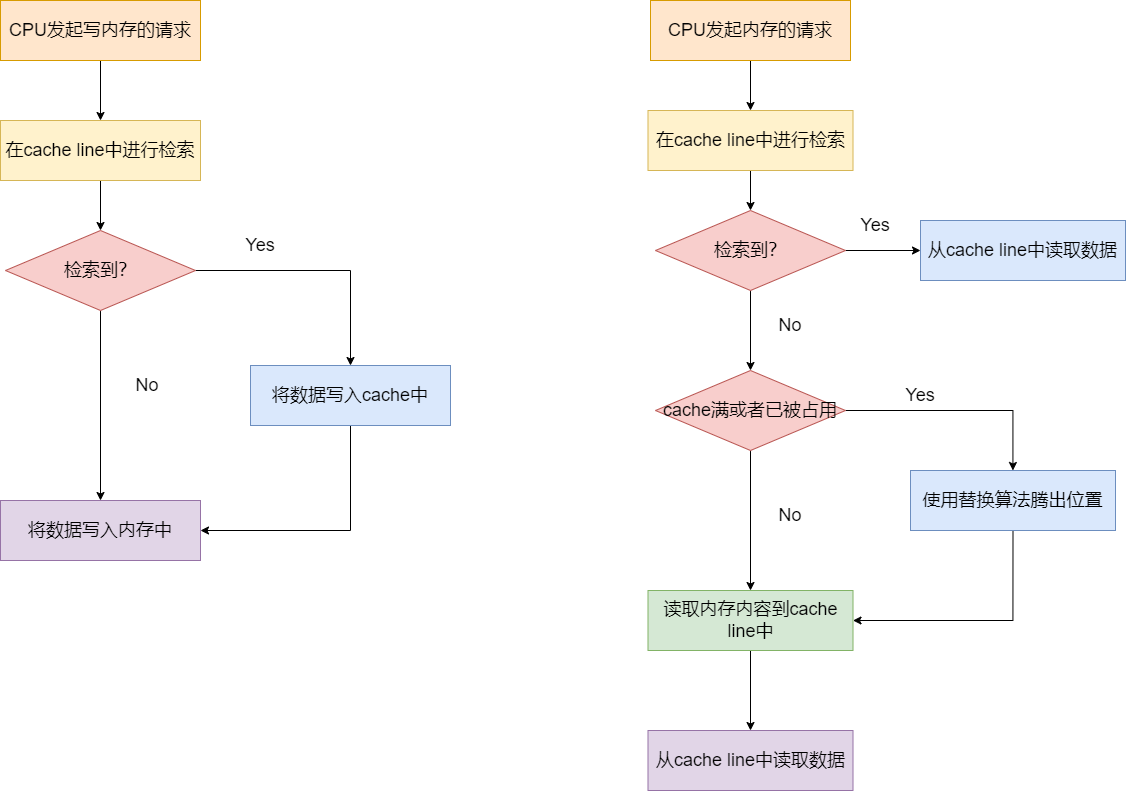
Above: blog/Linux/application-dev/CPU-cache-mesi/single_cpu_write_through.png in zgjsxx/static-img-repo (draw.io), before the change. Source tidied: cells renumbered, new cells last; positions are measured from the earlier drawing's top-left corner, leaving out a move shared by most shapes. The source it was exported from:
```xml
<mxGraphModel>
  <root>
    <mxCell id="0" />
    <mxCell id="1" parent="0" />
    <mxCell id="2" style="edgeStyle=orthogonalEdgeStyle;rounded=0;jettySize=auto;html=1;exitX=0.5;exitY=1;exitDx=0;exitDy=0;entryX=0.5;entryY=0;entryDx=0;entryDy=0;fontSize=18;" parent="1" edge="1" source="3" target="5">
      <mxGeometry relative="1" as="geometry" />
    </mxCell>
    <mxCell id="3" value="&lt;font style=&quot;font-size: 18px;&quot;&gt;CPU发起内存的请求&lt;/font&gt;" style="rounded=0;whiteSpace=wrap;html=1;fillColor=#ffe6cc;strokeColor=#d79b00;" parent="1" vertex="1">
      <mxGeometry x="650" width="200" height="60" as="geometry" />
    </mxCell>
    <mxCell id="4" style="edgeStyle=orthogonalEdgeStyle;rounded=0;jettySize=auto;html=1;exitX=0.5;exitY=1;exitDx=0;exitDy=0;entryX=0.5;entryY=0;entryDx=0;entryDy=0;fontSize=18;" parent="1" edge="1" source="5" target="8">
      <mxGeometry relative="1" as="geometry" />
    </mxCell>
    <mxCell id="5" value="&lt;span style=&quot;font-size: 18px;&quot;&gt;在cache line中进行检索&lt;/span&gt;" style="rounded=0;whiteSpace=wrap;html=1;fillColor=#fff2cc;strokeColor=#d6b656;" parent="1" vertex="1">
      <mxGeometry x="647.5" y="110" width="205" height="60" as="geometry" />
    </mxCell>
    <mxCell id="6" style="edgeStyle=orthogonalEdgeStyle;rounded=0;jettySize=auto;html=1;exitX=1;exitY=0.5;exitDx=0;exitDy=0;entryX=0;entryY=0.5;entryDx=0;entryDy=0;fontSize=18;" parent="1" edge="1" source="8" target="9">
      <mxGeometry relative="1" as="geometry" />
    </mxCell>
    <mxCell id="7" style="edgeStyle=orthogonalEdgeStyle;rounded=0;jettySize=auto;html=1;exitX=0.5;exitY=1;exitDx=0;exitDy=0;fontSize=18;entryX=0.5;entryY=0;entryDx=0;entryDy=0;" parent="1" edge="1" source="8" target="12">
      <mxGeometry relative="1" as="geometry" />
    </mxCell>
    <mxCell id="8" value="检索到？" style="rhombus;whiteSpace=wrap;html=1;fontSize=18;fillColor=#f8cecc;strokeColor=#b85450;" parent="1" vertex="1">
      <mxGeometry x="655" y="210" width="190" height="80" as="geometry" />
    </mxCell>
    <mxCell id="9" value="&lt;span style=&quot;font-size: 18px;&quot;&gt;从cache line中读取数据&lt;/span&gt;" style="rounded=0;whiteSpace=wrap;html=1;fillColor=#dae8fc;strokeColor=#6c8ebf;" parent="1" vertex="1">
      <mxGeometry x="920" y="220" width="205" height="60" as="geometry" />
    </mxCell>
    <mxCell id="10" style="edgeStyle=orthogonalEdgeStyle;rounded=0;jettySize=auto;html=1;exitX=0.5;exitY=1;exitDx=0;exitDy=0;entryX=0.5;entryY=0;entryDx=0;entryDy=0;fontSize=18;" parent="1" edge="1" source="12" target="14">
      <mxGeometry relative="1" as="geometry" />
    </mxCell>
    <mxCell id="11" style="edgeStyle=orthogonalEdgeStyle;rounded=0;jettySize=auto;html=1;exitX=1;exitY=0.5;exitDx=0;exitDy=0;fontSize=18;" parent="1" edge="1" source="12" target="16">
      <mxGeometry relative="1" as="geometry" />
    </mxCell>
    <mxCell id="12" value="cache满或者已被占用" style="rhombus;whiteSpace=wrap;html=1;fontSize=18;fillColor=#f8cecc;strokeColor=#b85450;" parent="1" vertex="1">
      <mxGeometry x="655" y="370" width="190" height="80" as="geometry" />
    </mxCell>
    <mxCell id="13" style="edgeStyle=orthogonalEdgeStyle;rounded=0;jettySize=auto;html=1;exitX=0.5;exitY=1;exitDx=0;exitDy=0;entryX=0.5;entryY=0;entryDx=0;entryDy=0;fontSize=18;" parent="1" edge="1" source="14" target="17">
      <mxGeometry relative="1" as="geometry" />
    </mxCell>
    <mxCell id="14" value="&lt;span style=&quot;font-size: 18px;&quot;&gt;读取内存内容到cache line中&lt;/span&gt;" style="rounded=0;whiteSpace=wrap;html=1;fillColor=#d5e8d4;strokeColor=#82b366;" parent="1" vertex="1">
      <mxGeometry x="647.5" y="590" width="205" height="60" as="geometry" />
    </mxCell>
    <mxCell id="15" style="edgeStyle=orthogonalEdgeStyle;rounded=0;jettySize=auto;html=1;exitX=0.5;exitY=1;exitDx=0;exitDy=0;entryX=1;entryY=0.5;entryDx=0;entryDy=0;fontSize=18;" parent="1" edge="1" source="16" target="14">
      <mxGeometry relative="1" as="geometry" />
    </mxCell>
    <mxCell id="16" value="&lt;span style=&quot;font-size: 18px;&quot;&gt;使用替换算法腾出位置&lt;/span&gt;" style="rounded=0;whiteSpace=wrap;html=1;fillColor=#dae8fc;strokeColor=#6c8ebf;" parent="1" vertex="1">
      <mxGeometry x="910" y="470" width="205" height="60" as="geometry" />
    </mxCell>
    <mxCell id="17" value="&lt;span style=&quot;font-size: 18px;&quot;&gt;从cache line中读取数据&lt;/span&gt;" style="rounded=0;whiteSpace=wrap;html=1;fillColor=#e1d5e7;strokeColor=#9673a6;" parent="1" vertex="1">
      <mxGeometry x="647.5" y="730" width="205" height="60" as="geometry" />
    </mxCell>
    <mxCell id="18" value="Yes" style="text;strokeColor=none;align=center;fillColor=none;html=1;verticalAlign=middle;whiteSpace=wrap;rounded=0;fontSize=18;" parent="1" vertex="1">
      <mxGeometry x="845" y="210" width="60" height="30" as="geometry" />
    </mxCell>
    <mxCell id="19" value="No" style="text;strokeColor=none;align=center;fillColor=none;html=1;verticalAlign=middle;whiteSpace=wrap;rounded=0;fontSize=18;" parent="1" vertex="1">
      <mxGeometry x="760" y="310" width="60" height="30" as="geometry" />
    </mxCell>
    <mxCell id="20" value="Yes" style="text;strokeColor=none;align=center;fillColor=none;html=1;verticalAlign=middle;whiteSpace=wrap;rounded=0;fontSize=18;" parent="1" vertex="1">
      <mxGeometry x="890" y="380" width="60" height="30" as="geometry" />
    </mxCell>
    <mxCell id="21" value="No" style="text;strokeColor=none;align=center;fillColor=none;html=1;verticalAlign=middle;whiteSpace=wrap;rounded=0;fontSize=18;" parent="1" vertex="1">
      <mxGeometry x="760" y="500" width="60" height="30" as="geometry" />
    </mxCell>
    <mxCell id="22" style="edgeStyle=orthogonalEdgeStyle;rounded=0;jettySize=auto;html=1;exitX=0.5;exitY=1;exitDx=0;exitDy=0;entryX=0.5;entryY=0;entryDx=0;entryDy=0;" parent="1" edge="1" source="23" target="25">
      <mxGeometry relative="1" as="geometry" />
    </mxCell>
    <mxCell id="23" value="&lt;font style=&quot;font-size: 18px;&quot;&gt;CPU发起写内存的请求&lt;/font&gt;" style="rounded=0;whiteSpace=wrap;html=1;fillColor=#ffe6cc;strokeColor=#d79b00;" parent="1" vertex="1">
      <mxGeometry width="200" height="60" as="geometry" />
    </mxCell>
    <mxCell id="24" style="edgeStyle=orthogonalEdgeStyle;rounded=0;jettySize=auto;html=1;exitX=0.5;exitY=1;exitDx=0;exitDy=0;entryX=0.5;entryY=0;entryDx=0;entryDy=0;" parent="1" edge="1" source="25" target="28">
      <mxGeometry relative="1" as="geometry" />
    </mxCell>
    <mxCell id="25" value="&lt;span style=&quot;font-size: 18px;&quot;&gt;在cache line中进行检索&lt;/span&gt;" style="rounded=0;whiteSpace=wrap;html=1;fillColor=#fff2cc;strokeColor=#d6b656;" parent="1" vertex="1">
      <mxGeometry y="120" width="200" height="60" as="geometry" />
    </mxCell>
    <mxCell id="26" style="edgeStyle=orthogonalEdgeStyle;rounded=0;jettySize=auto;html=1;exitX=0.5;exitY=1;exitDx=0;exitDy=0;" parent="1" edge="1" source="28" target="29">
      <mxGeometry relative="1" as="geometry" />
    </mxCell>
    <mxCell id="27" style="edgeStyle=orthogonalEdgeStyle;rounded=0;jettySize=auto;html=1;exitX=1;exitY=0.5;exitDx=0;exitDy=0;entryX=0.5;entryY=0;entryDx=0;entryDy=0;" parent="1" edge="1" source="28" target="31">
      <mxGeometry relative="1" as="geometry" />
    </mxCell>
    <mxCell id="28" value="检索到？" style="rhombus;whiteSpace=wrap;html=1;fontSize=18;fillColor=#f8cecc;strokeColor=#b85450;" parent="1" vertex="1">
      <mxGeometry x="5" y="230" width="190" height="80" as="geometry" />
    </mxCell>
    <mxCell id="29" value="&lt;span style=&quot;font-size: 18px;&quot;&gt;将数据写入内存中&lt;/span&gt;" style="rounded=0;whiteSpace=wrap;html=1;fillColor=#e1d5e7;strokeColor=#9673a6;" parent="1" vertex="1">
      <mxGeometry y="500" width="200" height="60" as="geometry" />
    </mxCell>
    <mxCell id="30" style="edgeStyle=orthogonalEdgeStyle;rounded=0;jettySize=auto;html=1;exitX=0.5;exitY=1;exitDx=0;exitDy=0;entryX=1;entryY=0.5;entryDx=0;entryDy=0;" parent="1" edge="1" source="31" target="29">
      <mxGeometry relative="1" as="geometry" />
    </mxCell>
    <mxCell id="31" value="&lt;span style=&quot;font-size: 18px;&quot;&gt;将数据写入cache中&lt;/span&gt;" style="rounded=0;whiteSpace=wrap;html=1;fillColor=#dae8fc;strokeColor=#6c8ebf;" parent="1" vertex="1">
      <mxGeometry x="250" y="365" width="200" height="60" as="geometry" />
    </mxCell>
    <mxCell id="32" value="Yes" style="text;strokeColor=none;align=center;fillColor=none;html=1;verticalAlign=middle;whiteSpace=wrap;rounded=0;fontSize=18;" parent="1" vertex="1">
      <mxGeometry x="230" y="230" width="60" height="30" as="geometry" />
    </mxCell>
    <mxCell id="33" value="No" style="text;strokeColor=none;align=center;fillColor=none;html=1;verticalAlign=middle;whiteSpace=wrap;rounded=0;fontSize=18;" parent="1" vertex="1">
      <mxGeometry x="117" y="370" width="60" height="30" as="geometry" />
    </mxCell>
  </root>
</mxGraphModel>
```
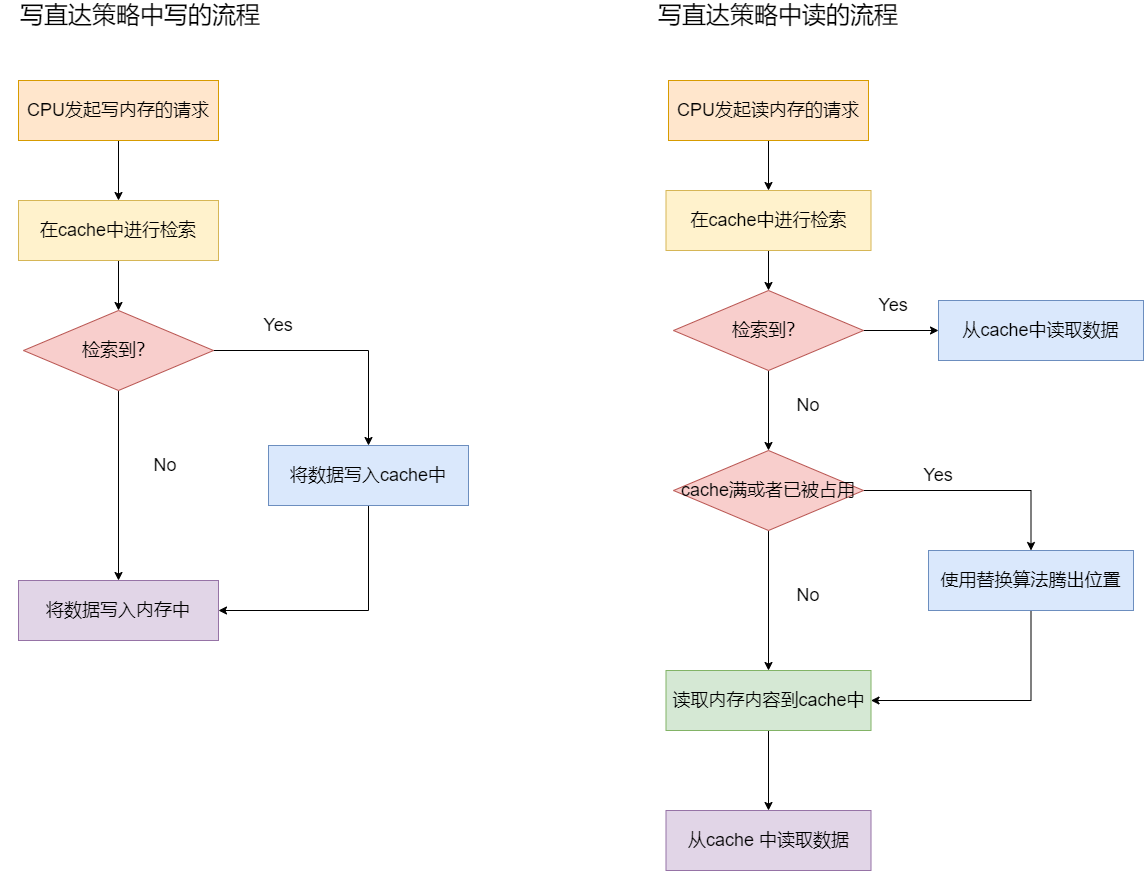
The same diagram one commit later.

What changed in the source:
```diff
@@ -5,13 +5,13 @@
     <mxCell id="2" style="edgeStyle=orthogonalEdgeStyle;rounded=0;jettySize=auto;html=1;exitX=0.5;exitY=1;exitDx=0;exitDy=0;entryX=0.5;entryY=0;entryDx=0;entryDy=0;fontSize=18;" parent="1" edge="1" source="3" target="5">
       <mxGeometry relative="1" as="geometry" />
     </mxCell>
-    <mxCell id="3" value="&lt;font style=&quot;font-size: 18px;&quot;&gt;CPU发起内存的请求&lt;/font&gt;" style="rounded=0;whiteSpace=wrap;html=1;fillColor=#ffe6cc;strokeColor=#d79b00;" parent="1" vertex="1">
+    <mxCell id="3" value="&lt;font style=&quot;font-size: 18px;&quot;&gt;CPU发起读内存的请求&lt;/font&gt;" style="rounded=0;whiteSpace=wrap;html=1;fillColor=#ffe6cc;strokeColor=#d79b00;" parent="1" vertex="1">
       <mxGeometry x="650" width="200" height="60" as="geometry" />
     </mxCell>
     <mxCell id="4" style="edgeStyle=orthogonalEdgeStyle;rounded=0;jettySize=auto;html=1;exitX=0.5;exitY=1;exitDx=0;exitDy=0;entryX=0.5;entryY=0;entryDx=0;entryDy=0;fontSize=18;" parent="1" edge="1" source="5" target="8">
       <mxGeometry relative="1" as="geometry" />
     </mxCell>
-    <mxCell id="5" value="&lt;span style=&quot;font-size: 18px;&quot;&gt;在cache line中进行检索&lt;/span&gt;" style="rounded=0;whiteSpace=wrap;html=1;fillColor=#fff2cc;strokeColor=#d6b656;" parent="1" vertex="1">
+    <mxCell id="5" value="&lt;span style=&quot;font-size: 18px;&quot;&gt;在cache中进行检索&lt;/span&gt;" style="rounded=0;whiteSpace=wrap;html=1;fillColor=#fff2cc;strokeColor=#d6b656;" parent="1" vertex="1">
       <mxGeometry x="647.5" y="110" width="205" height="60" as="geometry" />
     </mxCell>
     <mxCell id="6" style="edgeStyle=orthogonalEdgeStyle;rounded=0;jettySize=auto;html=1;exitX=1;exitY=0.5;exitDx=0;exitDy=0;entryX=0;entryY=0.5;entryDx=0;entryDy=0;fontSize=18;" parent="1" edge="1" source="8" target="9">
@@ -23,7 +23,7 @@
     <mxCell id="8" value="检索到？" style="rhombus;whiteSpace=wrap;html=1;fontSize=18;fillColor=#f8cecc;strokeColor=#b85450;" parent="1" vertex="1">
       <mxGeometry x="655" y="210" width="190" height="80" as="geometry" />
     </mxCell>
-    <mxCell id="9" value="&lt;span style=&quot;font-size: 18px;&quot;&gt;从cache line中读取数据&lt;/span&gt;" style="rounded=0;whiteSpace=wrap;html=1;fillColor=#dae8fc;strokeColor=#6c8ebf;" parent="1" vertex="1">
+    <mxCell id="9" value="&lt;span style=&quot;font-size: 18px;&quot;&gt;从cache中读取数据&lt;/span&gt;" style="rounded=0;whiteSpace=wrap;html=1;fillColor=#dae8fc;strokeColor=#6c8ebf;" parent="1" vertex="1">
       <mxGeometry x="920" y="220" width="205" height="60" as="geometry" />
     </mxCell>
     <mxCell id="10" style="edgeStyle=orthogonalEdgeStyle;rounded=0;jettySize=auto;html=1;exitX=0.5;exitY=1;exitDx=0;exitDy=0;entryX=0.5;entryY=0;entryDx=0;entryDy=0;fontSize=18;" parent="1" edge="1" source="12" target="14">
@@ -38,7 +38,7 @@
     <mxCell id="13" style="edgeStyle=orthogonalEdgeStyle;rounded=0;jettySize=auto;html=1;exitX=0.5;exitY=1;exitDx=0;exitDy=0;entryX=0.5;entryY=0;entryDx=0;entryDy=0;fontSize=18;" parent="1" edge="1" source="14" target="17">
       <mxGeometry relative="1" as="geometry" />
     </mxCell>
-    <mxCell id="14" value="&lt;span style=&quot;font-size: 18px;&quot;&gt;读取内存内容到cache line中&lt;/span&gt;" style="rounded=0;whiteSpace=wrap;html=1;fillColor=#d5e8d4;strokeColor=#82b366;" parent="1" vertex="1">
+    <mxCell id="14" value="&lt;span style=&quot;font-size: 18px;&quot;&gt;读取内存内容到cache中&lt;/span&gt;" style="rounded=0;whiteSpace=wrap;html=1;fillColor=#d5e8d4;strokeColor=#82b366;" parent="1" vertex="1">
       <mxGeometry x="647.5" y="590" width="205" height="60" as="geometry" />
     </mxCell>
     <mxCell id="15" style="edgeStyle=orthogonalEdgeStyle;rounded=0;jettySize=auto;html=1;exitX=0.5;exitY=1;exitDx=0;exitDy=0;entryX=1;entryY=0.5;entryDx=0;entryDy=0;fontSize=18;" parent="1" edge="1" source="16" target="14">
@@ -47,7 +47,7 @@
     <mxCell id="16" value="&lt;span style=&quot;font-size: 18px;&quot;&gt;使用替换算法腾出位置&lt;/span&gt;" style="rounded=0;whiteSpace=wrap;html=1;fillColor=#dae8fc;strokeColor=#6c8ebf;" parent="1" vertex="1">
       <mxGeometry x="910" y="470" width="205" height="60" as="geometry" />
     </mxCell>
-    <mxCell id="17" value="&lt;span style=&quot;font-size: 18px;&quot;&gt;从cache line中读取数据&lt;/span&gt;" style="rounded=0;whiteSpace=wrap;html=1;fillColor=#e1d5e7;strokeColor=#9673a6;" parent="1" vertex="1">
+    <mxCell id="17" value="&lt;span style=&quot;font-size: 18px;&quot;&gt;从cache 中读取数据&lt;/span&gt;" style="rounded=0;whiteSpace=wrap;html=1;fillColor=#e1d5e7;strokeColor=#9673a6;" parent="1" vertex="1">
       <mxGeometry x="647.5" y="730" width="205" height="60" as="geometry" />
     </mxCell>
     <mxCell id="18" value="Yes" style="text;strokeColor=none;align=center;fillColor=none;html=1;verticalAlign=middle;whiteSpace=wrap;rounded=0;fontSize=18;" parent="1" vertex="1">
@@ -71,7 +71,7 @@
     <mxCell id="24" style="edgeStyle=orthogonalEdgeStyle;rounded=0;jettySize=auto;html=1;exitX=0.5;exitY=1;exitDx=0;exitDy=0;entryX=0.5;entryY=0;entryDx=0;entryDy=0;" parent="1" edge="1" source="25" target="28">
       <mxGeometry relative="1" as="geometry" />
     </mxCell>
-    <mxCell id="25" value="&lt;span style=&quot;font-size: 18px;&quot;&gt;在cache line中进行检索&lt;/span&gt;" style="rounded=0;whiteSpace=wrap;html=1;fillColor=#fff2cc;strokeColor=#d6b656;" parent="1" vertex="1">
+    <mxCell id="25" value="&lt;span style=&quot;font-size: 18px;&quot;&gt;在cache中进行检索&lt;/span&gt;" style="rounded=0;whiteSpace=wrap;html=1;fillColor=#fff2cc;strokeColor=#d6b656;" parent="1" vertex="1">
       <mxGeometry y="120" width="200" height="60" as="geometry" />
     </mxCell>
     <mxCell id="26" style="edgeStyle=orthogonalEdgeStyle;rounded=0;jettySize=auto;html=1;exitX=0.5;exitY=1;exitDx=0;exitDy=0;" parent="1" edge="1" source="28" target="29">
@@ -98,5 +98,11 @@
     <mxCell id="33" value="No" style="text;strokeColor=none;align=center;fillColor=none;html=1;verticalAlign=middle;whiteSpace=wrap;rounded=0;fontSize=18;" parent="1" vertex="1">
       <mxGeometry x="117" y="370" width="60" height="30" as="geometry" />
     </mxCell>
+    <mxCell id="34" value="&lt;font style=&quot;font-size: 24px;&quot;&gt;写直达策略中写的流程&lt;/font&gt;" style="text;strokeColor=none;align=center;fillColor=none;html=1;verticalAlign=middle;whiteSpace=wrap;rounded=0;" parent="1" vertex="1">
+      <mxGeometry x="-17.5" y="-80" width="277.5" height="30" as="geometry" />
+    </mxCell>
+    <mxCell id="35" value="&lt;font style=&quot;font-size: 24px;&quot;&gt;写直达策略中读的流程&lt;/font&gt;" style="text;strokeColor=none;align=center;fillColor=none;html=1;verticalAlign=middle;whiteSpace=wrap;rounded=0;" parent="1" vertex="1">
+      <mxGeometry x="590" y="-80" width="340" height="30" as="geometry" />
+    </mxCell>
   </root>
 </mxGraphModel>
```
